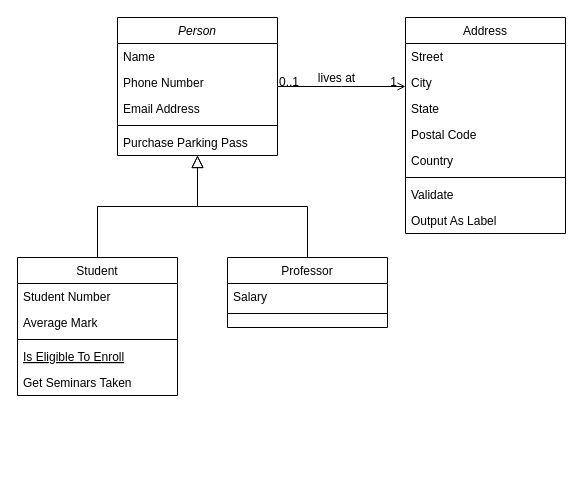
Earlier version of the draw.io diagram 未命名绘图.drawio (jokersunny/drawio). Source tidied: cells renumbered, new cells numbered last; positions are measured from the earlier drawing's top-left corner, leaving out a move shared by most shapes. Both pictures are drawn from the tidied source at 100%, with x=0, y=0 at pixel (17, 17).
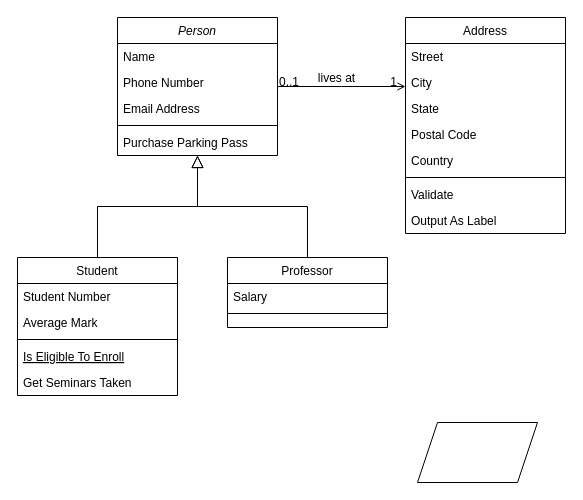
After the change.

The edit, as a diff of the source:
```diff
@@
+    <mxCell id="32" style="shape=parallelogram;perimeter=parallelogramPerimeter;whiteSpace=wrap;html=1;fixedSize=1;" parent="1" vertex="1">
+      <mxGeometry x="400" y="405" width="120" height="60" as="geometry" />
+    </mxCell>
```
